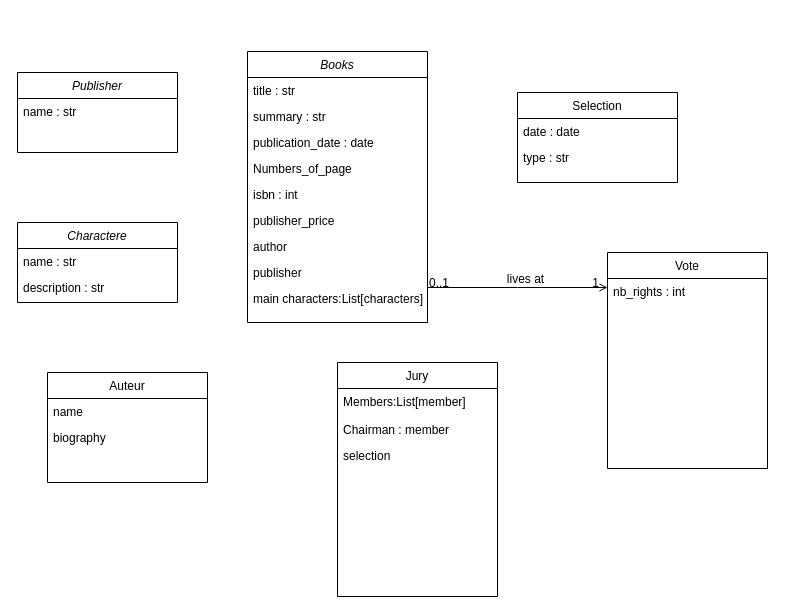
The draw.io diagram doc/Diagramme de classe.drawio in johandeschamps/prix_goncourt_2024, before the edit. Source tidied: cells renumbered, new cells numbered last; positions are measured from the earlier drawing's top-left corner, leaving out a move shared by most shapes. Both pictures are drawn from the tidied source at 100%, with x=0, y=0 at pixel (17, 51).
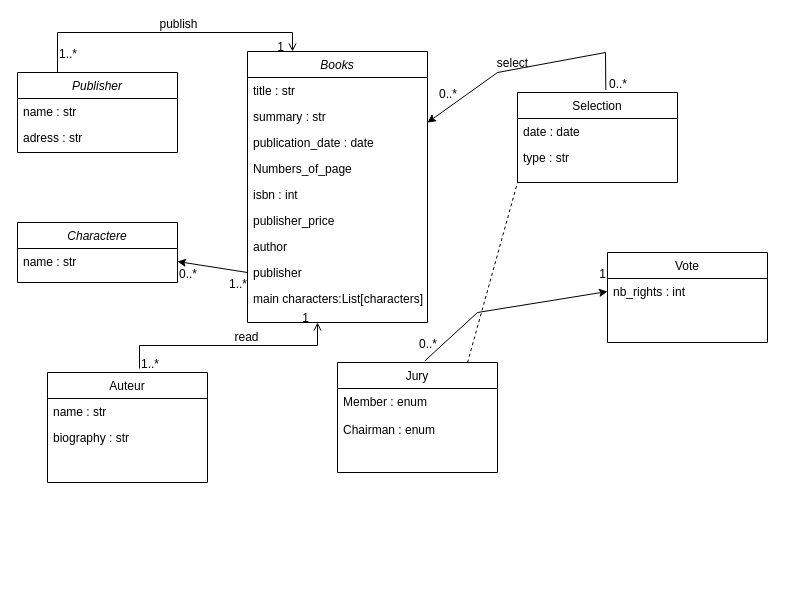
The same diagram, later.

Commit message:
Mettre à jour Diagramme de classe.drawio

Unchanged cells that the change refers to:
```xml
<mxCell id="2" value="Books" style="swimlane;fontStyle=2;align=center;verticalAlign=top;horizontal=1;startSize=26;rounded=0;shadow=0;strokeWidth=1;" parent="1" vertex="1">
  <mxGeometry x="230" width="180" height="271" as="geometry" />
</mxCell>
<mxCell id="10" value="publisher" style="text;align=left;verticalAlign=top;spacingLeft=4;spacingRight=4;overflow=hidden;points=[[0,0.5],[1,0.5]];portConstraint=eastwest;rounded=0;shadow=0;html=0;" parent="2" vertex="1">
  <mxGeometry y="208" width="180" height="26" as="geometry" />
</mxCell>
<mxCell id="12" value="Auteur" style="swimlane;fontStyle=0;align=center;verticalAlign=top;horizontal=1;startSize=26;rounded=0;shadow=0;strokeWidth=1;" parent="1" vertex="1">
  <mxGeometry x="30" y="321" width="160" height="110" as="geometry" />
</mxCell>
<mxCell id="19" value="nb_rights : int" style="text;align=left;verticalAlign=top;spacingLeft=4;spacingRight=4;overflow=hidden;points=[[0,0.5],[1,0.5]];portConstraint=eastwest;" parent="18" vertex="1">
  <mxGeometry y="26" width="160" height="26" as="geometry" />
</mxCell>
<mxCell id="24" value="Publisher" style="swimlane;fontStyle=2;align=center;verticalAlign=top;horizontal=1;startSize=26;rounded=0;shadow=0;strokeWidth=1;" parent="1" vertex="1">
  <mxGeometry y="21" width="160" height="80" as="geometry" />
</mxCell>
<mxCell id="27" value="name : str" style="text;align=left;verticalAlign=top;spacingLeft=4;spacingRight=4;overflow=hidden;points=[[0,0.5],[1,0.5]];portConstraint=eastwest;" parent="26" vertex="1">
  <mxGeometry y="26" width="160" height="26" as="geometry" />
</mxCell>
<mxCell id="29" value="Selection" style="swimlane;fontStyle=0;align=center;verticalAlign=top;horizontal=1;startSize=26;rounded=0;shadow=0;strokeWidth=1;" parent="1" vertex="1">
  <mxGeometry x="500" y="41" width="160" height="90" as="geometry" />
</mxCell>
```

Diff of the diagram source:
```diff
@@
-    <mxCell id="13" value="name" style="text;align=left;verticalAlign=top;spacingLeft=4;spacingRight=4;overflow=hidden;" parent="12" vertex="1">
+    <mxCell id="13" value="name : str" style="text;align=left;verticalAlign=top;spacingLeft=4;spacingRight=4;overflow=hidden;" parent="12" vertex="1">
       <mxGeometry y="26" width="160" height="26" as="geometry" />
     </mxCell>
-    <mxCell id="14" value="biography" style="text;align=left;verticalAlign=top;spacingLeft=4;spacingRight=4;overflow=hidden;rounded=0;shadow=0;html=0;" parent="12" vertex="1">
+    <mxCell id="14" value="biography : str" style="text;align=left;verticalAlign=top;spacingLeft=4;spacingRight=4;overflow=hidden;rounded=0;shadow=0;html=0;" parent="12" vertex="1">
       <mxGeometry y="52" width="160" height="26" as="geometry" />
     </mxCell>
     <mxCell id="15" value="Jury" style="swimlane;fontStyle=0;align=center;verticalAlign=top;horizontal=1;startSize=26;rounded=0;shadow=0;strokeWidth=1;" parent="1" vertex="1">
-      <mxGeometry x="320" y="311" width="160" height="234" as="geometry" />
+      <mxGeometry x="320" y="311" width="160" height="110" as="geometry" />
     </mxCell>
-    <mxCell id="16" value="Members:List[member]&#10;&#10;Chairman : member" style="text;align=left;verticalAlign=top;spacingLeft=4;spacingRight=4;overflow=hidden;" parent="15" vertex="1">
+    <mxCell id="16" value="Member : enum&#10;&#10;Chairman : enum " style="text;align=left;verticalAlign=top;spacingLeft=4;spacingRight=4;overflow=hidden;" parent="15" vertex="1">
       <mxGeometry y="26" width="160" height="54" as="geometry" />
     </mxCell>
-    <mxCell id="17" value="selection" style="text;align=left;verticalAlign=top;spacingLeft=4;spacingRight=4;overflow=hidden;rounded=0;shadow=0;html=0;" parent="15" vertex="1">
-      <mxGeometry y="80" width="160" height="26" as="geometry" />
-    </mxCell>
     <mxCell id="18" value="Vote" style="swimlane;fontStyle=0;align=center;verticalAlign=top;horizontal=1;startSize=26;rounded=0;shadow=0;strokeWidth=1;" parent="1" vertex="1">
-      <mxGeometry x="590" y="201" width="160" height="216" as="geometry" />
+      <mxGeometry x="590" y="201" width="160" height="90" as="geometry" />
     </mxCell>
@@
-    <mxCell id="20" style="endArrow=open;shadow=0;strokeWidth=1;rounded=0;curved=0;endFill=1;edgeStyle=elbowEdgeStyle;elbow=vertical;" parent="1" edge="1" source="2" target="18">
+    <mxCell id="20" style="endArrow=open;shadow=0;strokeWidth=1;rounded=0;curved=0;endFill=1;edgeStyle=elbowEdgeStyle;elbow=vertical;exitX=0.575;exitY=-0.036;exitDx=0;exitDy=0;exitPerimeter=0;" parent="1" edge="1" source="12">
       <mxGeometry x="0.5" y="41" relative="1" as="geometry">
+        <mxPoint x="300" y="271" as="targetPoint" />
         <mxPoint x="-40" y="32" as="offset" />
       </mxGeometry>
     </mxCell>
-    <mxCell id="21" value="0..1" style="align=left;verticalAlign=bottom;labelBackgroundColor=none;fontSize=12;" parent="20" vertex="1">
+    <mxCell id="21" value="1..*" style="align=left;verticalAlign=bottom;labelBackgroundColor=none;fontSize=12;" parent="20" vertex="1">
       <mxGeometry x="-1" relative="1" as="geometry">
         <mxPoint y="4" as="offset" />
       </mxGeometry>
     </mxCell>
@@
-    <mxCell id="23" value="lives at" style="text;html=1;align=center;verticalAlign=middle;labelBackgroundColor=none;rounded=0;shadow=0;strokeWidth=1;fontSize=12;" parent="20" vertex="1">
+    <mxCell id="23" value="read" style="text;html=1;align=center;verticalAlign=middle;labelBackgroundColor=none;rounded=0;shadow=0;strokeWidth=1;fontSize=12;" parent="20" vertex="1">
       <mxGeometry x="0.5" y="49" relative="1" as="geometry">
         <mxPoint x="-38" y="40" as="offset" />
       </mxGeometry>
     </mxCell>
@@
+    <mxCell id="32" value="adress : str" style="text;align=left;verticalAlign=top;spacingLeft=4;spacingRight=4;overflow=hidden;" parent="24" vertex="1">
+      <mxGeometry y="52" width="160" height="26" as="geometry" />
+    </mxCell>
     <mxCell id="26" value="Charactere" style="swimlane;fontStyle=2;align=center;verticalAlign=top;horizontal=1;startSize=26;rounded=0;shadow=0;strokeWidth=1;" parent="1" vertex="1">
-      <mxGeometry y="171" width="160" height="80" as="geometry" />
+      <mxGeometry y="171" width="160" height="60" as="geometry" />
     </mxCell>
@@
-    <mxCell id="28" value="description : str" style="text;align=left;verticalAlign=top;spacingLeft=4;spacingRight=4;overflow=hidden;rounded=0;shadow=0;html=0;" parent="26" vertex="1">
-      <mxGeometry y="52" width="160" height="26" as="geometry" />
-    </mxCell>
@@
+    <mxCell id="33" style="endArrow=open;shadow=0;strokeWidth=1;rounded=0;curved=0;endFill=1;edgeStyle=elbowEdgeStyle;elbow=vertical;exitX=0.575;exitY=-0.036;exitDx=0;exitDy=0;exitPerimeter=0;entryX=0.25;entryY=0;entryDx=0;entryDy=0;" parent="1" edge="1" target="2">
+      <mxGeometry x="0.5" y="41" relative="1" as="geometry">
+        <mxPoint x="40" y="21" as="sourcePoint" />
+        <Array as="points">
+          <mxPoint x="150" y="-19" />
+        </Array>
+        <mxPoint x="-40" y="32" as="offset" />
+      </mxGeometry>
+    </mxCell>
+    <mxCell id="34" value="1..*" style="align=left;verticalAlign=bottom;labelBackgroundColor=none;fontSize=12;" parent="33" vertex="1">
+      <mxGeometry x="-1" relative="1" as="geometry">
+        <mxPoint y="-10" as="offset" />
+      </mxGeometry>
+    </mxCell>
+    <mxCell id="35" value="1" style="align=right;verticalAlign=bottom;labelBackgroundColor=none;fontSize=12;" parent="33" vertex="1">
+      <mxGeometry x="1" relative="1" as="geometry">
+        <mxPoint x="-7" y="4" as="offset" />
+      </mxGeometry>
+    </mxCell>
+    <mxCell id="36" value="publish" style="text;html=1;align=center;verticalAlign=middle;labelBackgroundColor=none;rounded=0;shadow=0;strokeWidth=1;fontSize=12;" parent="33" vertex="1">
+      <mxGeometry x="0.5" y="49" relative="1" as="geometry">
+        <mxPoint x="-61" y="40" as="offset" />
+      </mxGeometry>
+    </mxCell>
+    <mxCell id="37" style="endArrow=classic;html=1;rounded=0;entryX=1;entryY=0.5;entryDx=0;entryDy=0;exitX=0;exitY=0.5;exitDx=0;exitDy=0;" parent="1" edge="1" source="10" target="27">
+      <mxGeometry relative="1" as="geometry" />
+    </mxCell>
+    <mxCell id="38" value="1..*" style="align=left;verticalAlign=bottom;labelBackgroundColor=none;fontSize=12;direction=south;" parent="1" vertex="1">
+      <mxGeometry x="210" y="241" as="geometry" />
+    </mxCell>
+    <mxCell id="39" value="0..*" style="align=left;verticalAlign=bottom;labelBackgroundColor=none;fontSize=12;direction=south;" parent="1" vertex="1">
+      <mxGeometry x="160" y="231" as="geometry" />
+    </mxCell>
+    <mxCell id="40" style="endArrow=classic;html=1;rounded=0;entryX=0;entryY=0.5;entryDx=0;entryDy=0;exitX=0.546;exitY=-0.015;exitDx=0;exitDy=0;exitPerimeter=0;" parent="1" edge="1" source="15" target="19">
+      <mxGeometry relative="1" as="geometry">
+        <Array as="points">
+          <mxPoint x="460" y="261" />
+        </Array>
+      </mxGeometry>
+    </mxCell>
+    <mxCell id="41" style="endArrow=none;dashed=1;html=1;rounded=0;entryX=0;entryY=1;entryDx=0;entryDy=0;exitX=0.813;exitY=0;exitDx=0;exitDy=0;exitPerimeter=0;" parent="1" edge="1" source="15" target="29">
+      <mxGeometry relative="1" as="geometry" />
+    </mxCell>
+    <mxCell id="42" value="0..*" style="align=left;verticalAlign=bottom;labelBackgroundColor=none;fontSize=12;direction=south;" parent="1" vertex="1">
+      <mxGeometry x="400" y="301" as="geometry" />
+    </mxCell>
+    <mxCell id="43" value="1" style="align=right;verticalAlign=bottom;labelBackgroundColor=none;fontSize=12;" parent="1" vertex="1">
+      <mxGeometry x="590" y="231" as="geometry" />
+    </mxCell>
+    <mxCell id="44" style="endArrow=classic;html=1;rounded=0;exitX=0.552;exitY=-0.028;exitDx=0;exitDy=0;exitPerimeter=0;" parent="1" edge="1" source="29" target="2">
+      <mxGeometry relative="1" as="geometry">
+        <Array as="points">
+          <mxPoint x="588" y="1" />
+          <mxPoint x="480" y="21" />
+        </Array>
+      </mxGeometry>
+    </mxCell>
+    <mxCell id="45" value="0..*" style="align=left;verticalAlign=bottom;labelBackgroundColor=none;fontSize=12;direction=south;" parent="1" vertex="1">
+      <mxGeometry x="420" y="51" as="geometry" />
+    </mxCell>
+    <mxCell id="46" value="0..*" style="align=left;verticalAlign=bottom;labelBackgroundColor=none;fontSize=12;direction=south;" parent="1" vertex="1">
+      <mxGeometry x="590" y="41" as="geometry" />
+    </mxCell>
+    <mxCell id="47" value="select" style="text;html=1;align=center;verticalAlign=middle;labelBackgroundColor=none;rounded=0;shadow=0;strokeWidth=1;fontSize=12;" parent="1" vertex="1">
+      <mxGeometry x="490" y="11" as="geometry">
+        <mxPoint x="4" as="offset" />
+      </mxGeometry>
+    </mxCell>
```
